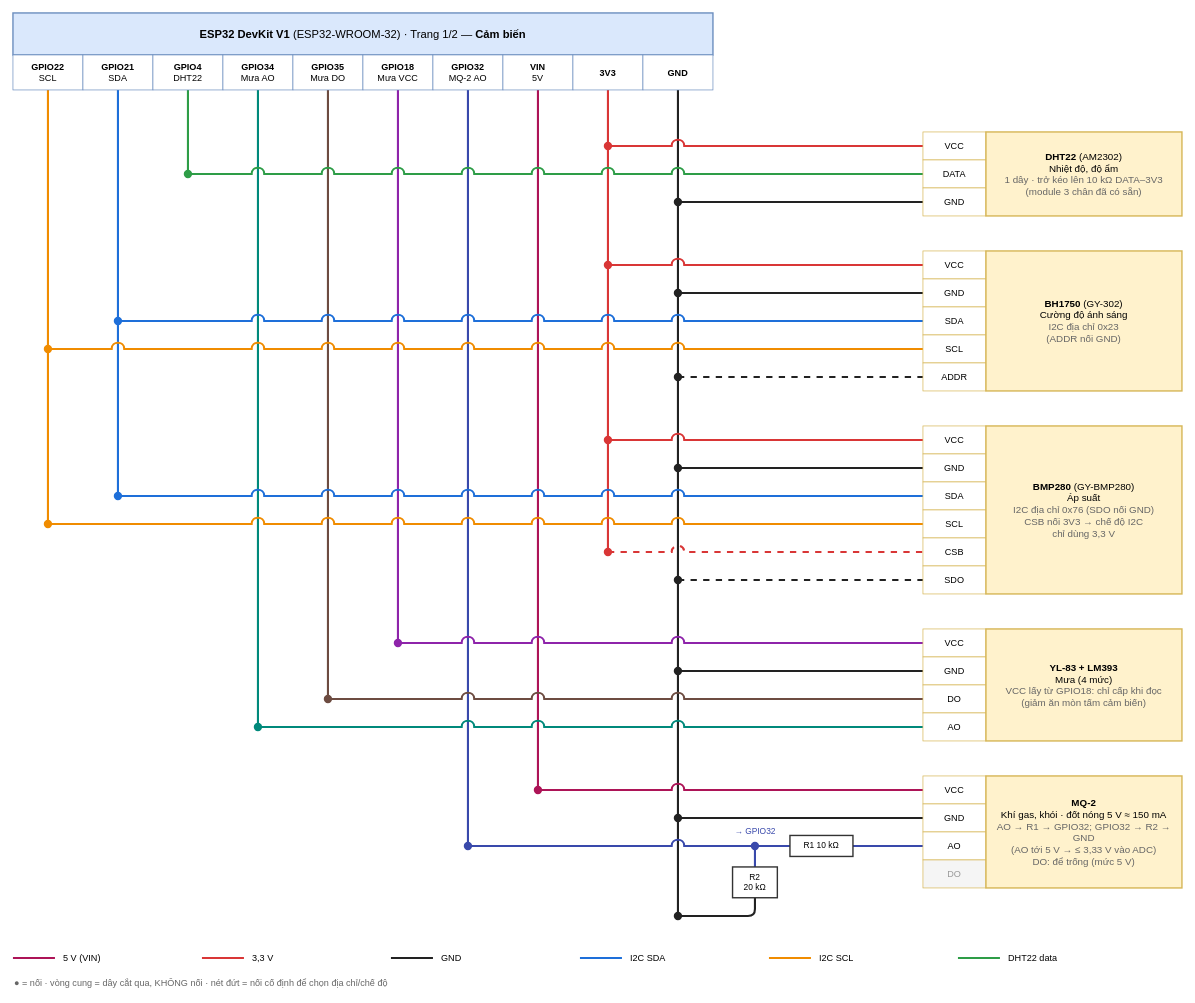
Earlier version of the draw.io diagram page "1 - Cam bien" (1 of 2) of docs/hardware/wiring.drawio (danhle396/pythonnhung). Source tidied: cells renumbered, new cells numbered last; positions are measured from the earlier drawing's top-left corner, leaving out a move shared by most shapes. Both pictures are drawn from the tidied source at 70%, with x=0, y=0 at pixel (13, 13).
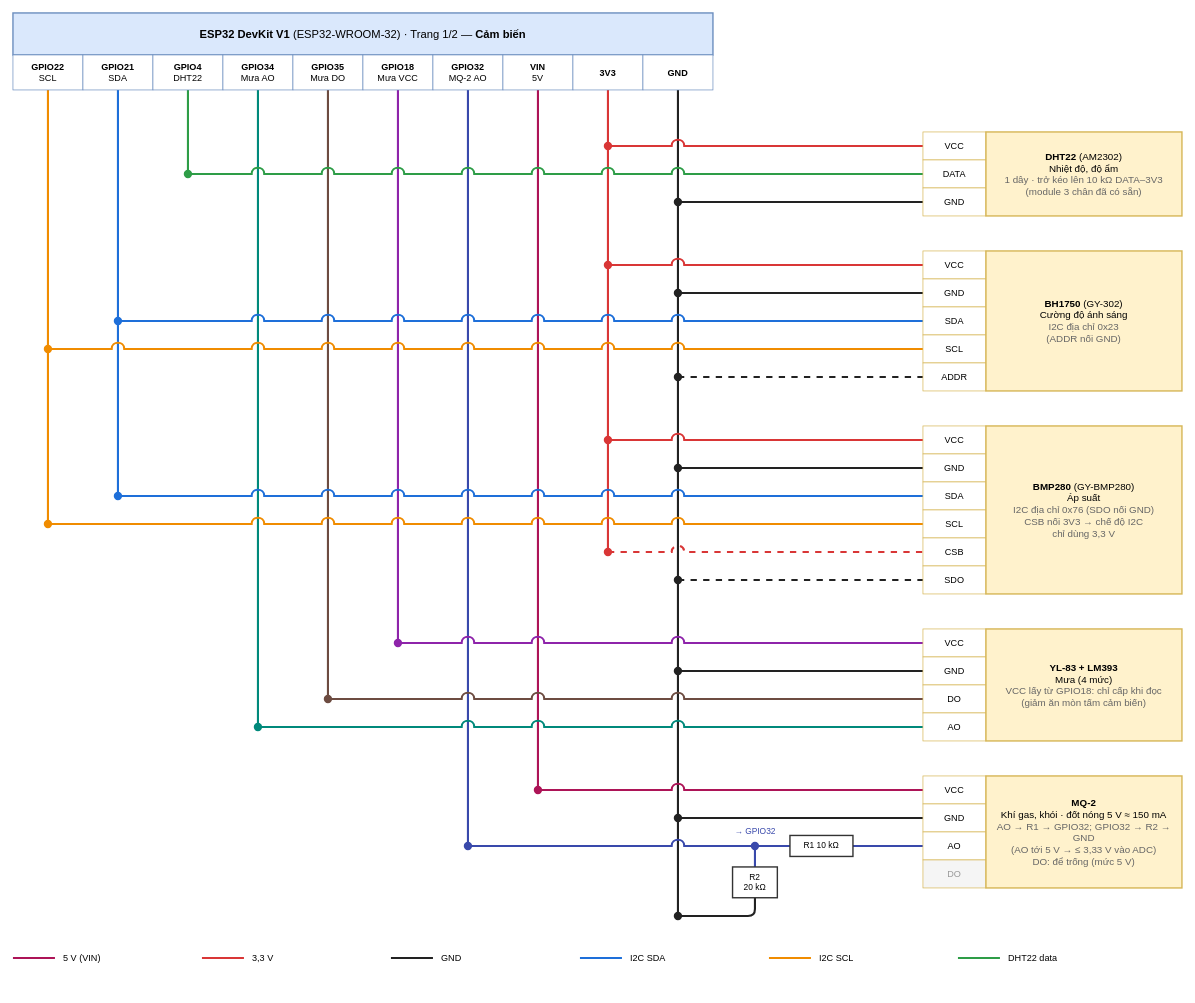
Above is the later version.

What changed in the source:
```diff
@@
-    <mxCell id="89" value="● = nối · vòng cung = dây cắt qua, KHÔNG nối · nét đứt = nối cố định để chọn địa chỉ/chế độ" style="text;html=1;align=left;verticalAlign=middle;fontSize=13;fontColor=#666666;" parent="1" vertex="1">
-      <mxGeometry y="1372" width="900" height="26" as="geometry" />
-    </mxCell>
```
